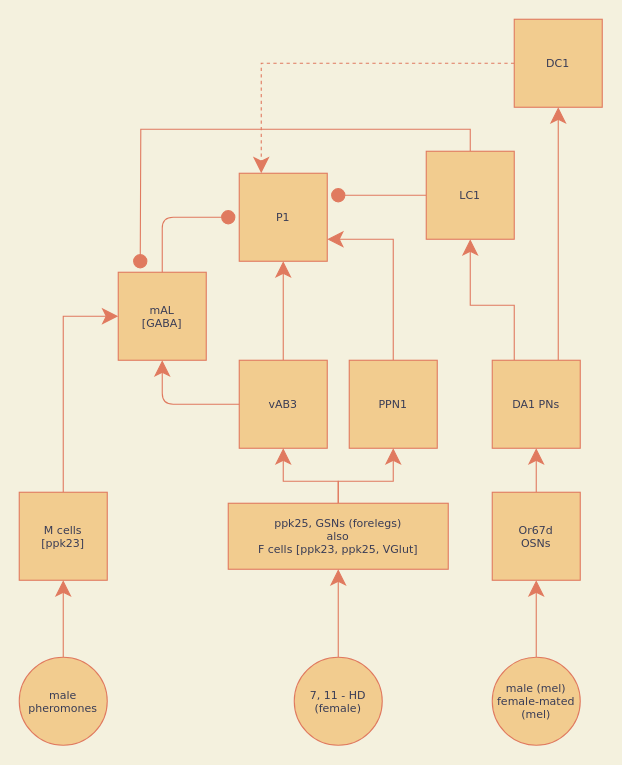
Above: page "compilation" (7 of 7) of circuits.drawio in adpala/sandbox (draw.io), before the change. Source tidied: cells renumbered, new cells numbered last; positions are measured from the earlier drawing's top-left corner, leaving out a move shared by most shapes. Both pictures are drawn from the tidied source at 110%, with x=0, y=0 at pixel (19, 19).
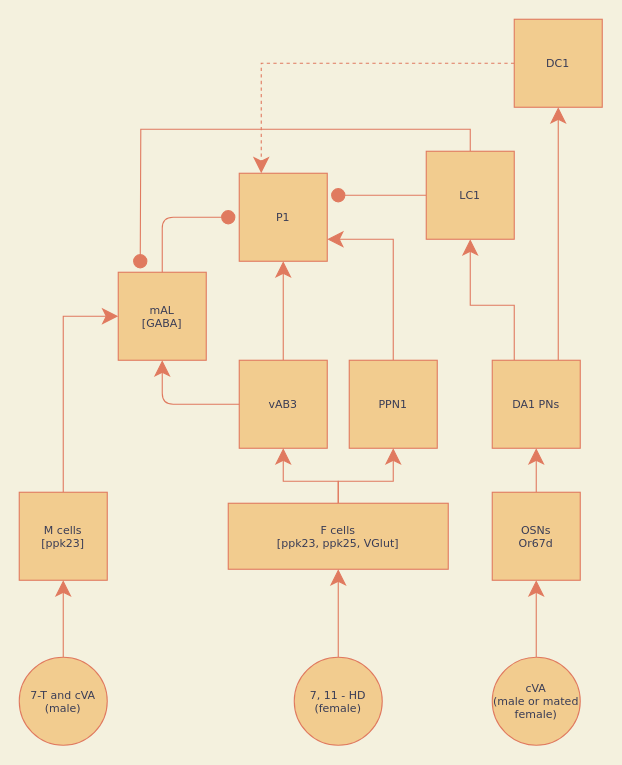
The same page after the edit.

The edit, as a diff of the source:
```diff
@@
-    <mxCell id="11" value="&lt;div style=&quot;font-size: 10px;&quot;&gt;male (mel)&lt;br style=&quot;font-size: 10px;&quot;&gt;&lt;/div&gt;&lt;div style=&quot;font-size: 10px;&quot;&gt;female-mated (mel)&lt;br style=&quot;font-size: 10px;&quot;&gt;&lt;/div&gt;" style="ellipse;whiteSpace=wrap;html=1;fillColor=#F2CC8F;strokeColor=#E07A5F;fontColor=#393C56;fontSize=10;fontFamily=Verdana;" parent="1" vertex="1">
+    <mxCell id="11" value="&lt;div&gt;cVA &lt;br&gt;&lt;/div&gt;&lt;div&gt;(male or mated female)&lt;/div&gt;" style="ellipse;whiteSpace=wrap;html=1;fillColor=#F2CC8F;strokeColor=#E07A5F;fontColor=#393C56;fontSize=10;fontFamily=Verdana;" parent="1" vertex="1">
       <mxGeometry x="430" y="580" width="80" height="80" as="geometry" />
     </mxCell>
@@
-    <mxCell id="13" value="&lt;div style=&quot;font-size: 10px;&quot;&gt;Or67d&lt;/div&gt;&lt;div style=&quot;font-size: 10px;&quot;&gt;OSNs&lt;br style=&quot;font-size: 10px;&quot;&gt;&lt;/div&gt;" style="whiteSpace=wrap;html=1;align=center;fillColor=#F2CC8F;strokeColor=#E07A5F;fontColor=#393C56;fontSize=10;fontFamily=Verdana;" parent="1" vertex="1">
+    <mxCell id="13" value="&lt;div style=&quot;font-size: 10px&quot;&gt;OSNs&lt;/div&gt;&lt;div style=&quot;font-size: 10px&quot;&gt;Or67d&lt;/div&gt;" style="whiteSpace=wrap;html=1;align=center;fillColor=#F2CC8F;strokeColor=#E07A5F;fontColor=#393C56;fontSize=10;fontFamily=Verdana;" parent="1" vertex="1">
       <mxGeometry x="430" y="430" width="80" height="80" as="geometry" />
     </mxCell>
@@
-    <mxCell id="24" value="&lt;div style=&quot;font-size: 10px;&quot;&gt;ppk25, GSNs (forelegs)&lt;/div&gt;&lt;div style=&quot;font-size: 10px;&quot;&gt;also&lt;br style=&quot;font-size: 10px;&quot;&gt;&lt;/div&gt;&lt;div style=&quot;font-size: 10px;&quot;&gt;&lt;div style=&quot;font-size: 10px;&quot;&gt;F cells [ppk23, ppk25, VGlut]&lt;br style=&quot;font-size: 10px;&quot;&gt;&lt;/div&gt;&lt;/div&gt;" style="rounded=0;whiteSpace=wrap;html=1;align=center;fillColor=#F2CC8F;strokeColor=#E07A5F;fontColor=#393C56;fontSize=10;fontFamily=Verdana;" parent="1" vertex="1">
+    <mxCell id="24" value="F cells &lt;br&gt;&lt;div style=&quot;font-size: 10px&quot;&gt;&lt;div style=&quot;font-size: 10px&quot;&gt;[ppk23, ppk25, VGlut]&lt;br style=&quot;font-size: 10px&quot;&gt;&lt;/div&gt;&lt;/div&gt;" style="rounded=0;whiteSpace=wrap;html=1;align=center;fillColor=#F2CC8F;strokeColor=#E07A5F;fontColor=#393C56;fontSize=10;fontFamily=Verdana;" parent="1" vertex="1">
       <mxGeometry x="190" y="440" width="200" height="60" as="geometry" />
     </mxCell>
@@
-    <mxCell id="28" value="&lt;div style=&quot;font-size: 10px;&quot;&gt;male&lt;/div&gt;&lt;div style=&quot;font-size: 10px;&quot;&gt;pheromones&lt;br style=&quot;font-size: 10px;&quot;&gt;&lt;/div&gt;" style="ellipse;whiteSpace=wrap;html=1;align=center;fillColor=#F2CC8F;strokeColor=#E07A5F;fontColor=#393C56;fontSize=10;fontFamily=Verdana;" parent="1" vertex="1">
+    <mxCell id="28" value="&lt;div&gt;7-T and cVA&lt;/div&gt;&lt;div&gt;(male)&lt;br&gt;&lt;/div&gt;" style="ellipse;whiteSpace=wrap;html=1;align=center;fillColor=#F2CC8F;strokeColor=#E07A5F;fontColor=#393C56;fontSize=10;fontFamily=Verdana;" parent="1" vertex="1">
       <mxGeometry y="580" width="80" height="80" as="geometry" />
     </mxCell>
```
